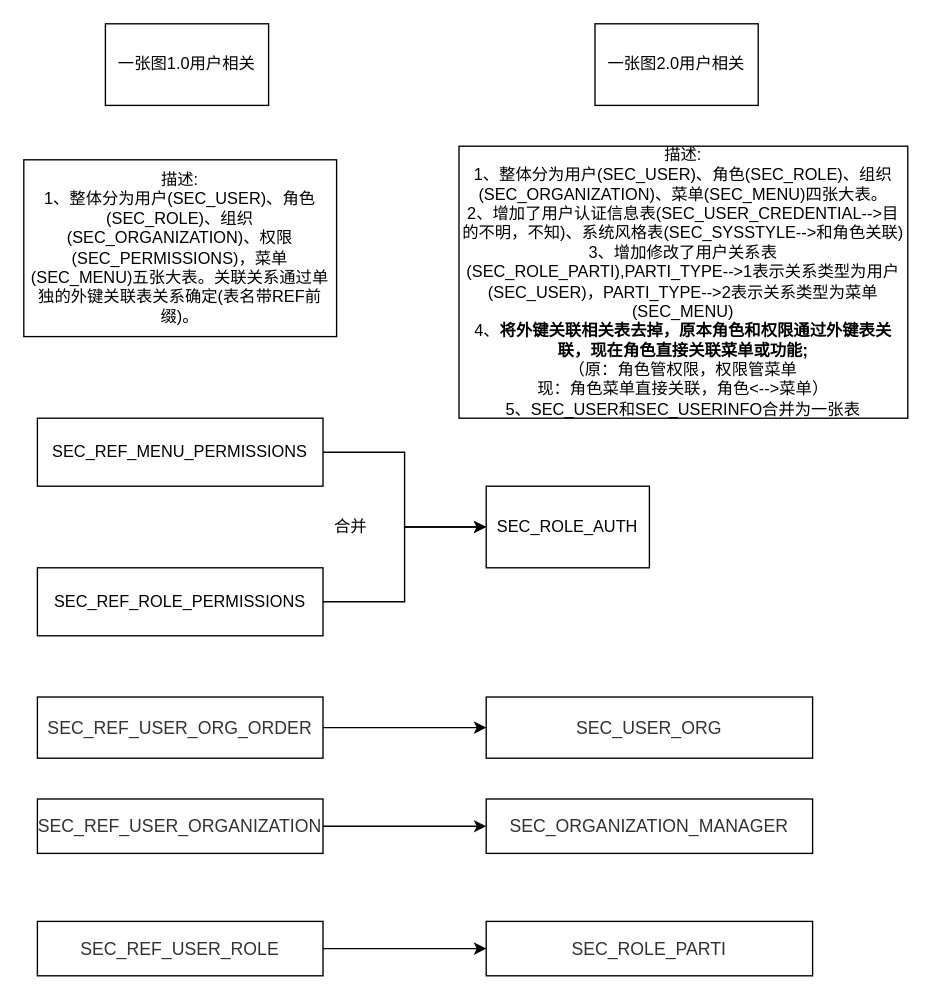
Aban4one4/news keeps this draw.io diagram as Untitled Diagram.drawio. Above is the earlier version. Source tidied: cells renumbered, new cells numbered last; positions are measured from the earlier drawing's top-left corner, leaving out a move shared by most shapes. Both pictures are drawn from the tidied source at 136%, with x=0, y=0 at pixel (23, 23).
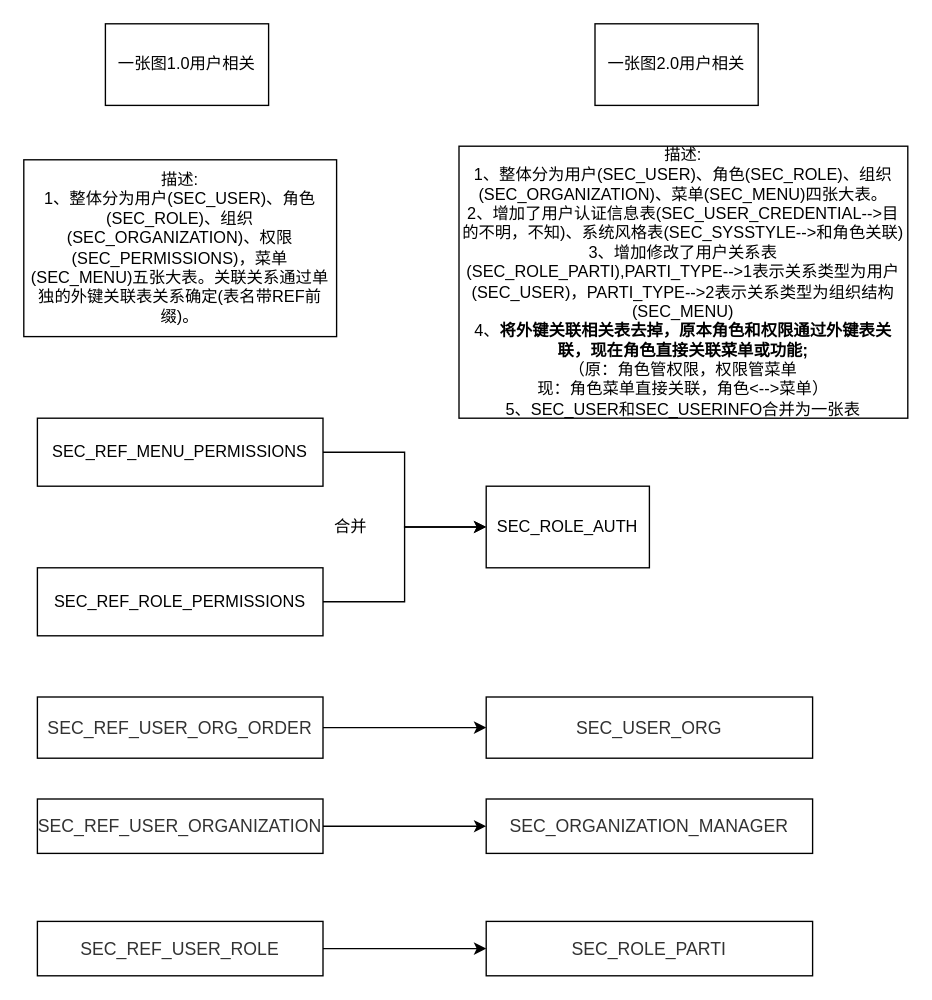
Above is the later version.

What changed in the source:
```diff
@@
-    <mxCell id="5" value="描述:&lt;br&gt;1、整体分为用户(SEC_USER)、角色(SEC_ROLE)、组织(SEC_ORGANIZATION)、菜单(SEC_MENU)四张大表。&lt;br&gt;2、增加了用户认证信息表(SEC_USER_CREDENTIAL--&amp;gt;目的不明，不知)、系统风格表(SEC_SYSSTYLE--&amp;gt;和角色关联)&lt;br&gt;3、增加修改了用户关系表(SEC_ROLE_PARTI),PARTI_TYPE--&amp;gt;1表示关系类型为用户(SEC_USER)，PARTI_TYPE--&amp;gt;2表示关系类型为菜单(SEC_MENU)&lt;br&gt;4、&lt;b&gt;将外键关联相关表去掉，原本角色和权限通过外键表关联，现在角色直接关联菜单或功能;&lt;br&gt;&lt;/b&gt;（原：角色管权限，权限管菜单&lt;br&gt;现：角色菜单直接关联，角色&amp;lt;--&amp;gt;菜单）&lt;br&gt;5、SEC_USER和SEC_USERINFO合并为一张表" style="rounded=0;whiteSpace=wrap;html=1;" parent="1" vertex="1">
+    <mxCell id="5" value="描述:&lt;br&gt;1、整体分为用户(SEC_USER)、角色(SEC_ROLE)、组织(SEC_ORGANIZATION)、菜单(SEC_MENU)四张大表。&lt;br&gt;2、增加了用户认证信息表(SEC_USER_CREDENTIAL--&amp;gt;目的不明，不知)、系统风格表(SEC_SYSSTYLE--&amp;gt;和角色关联)&lt;br&gt;3、增加修改了用户关系表(SEC_ROLE_PARTI),PARTI_TYPE--&amp;gt;1表示关系类型为用户(SEC_USER)，PARTI_TYPE--&amp;gt;2表示关系类型为组织结构(SEC_MENU)&lt;br&gt;4、&lt;b&gt;将外键关联相关表去掉，原本角色和权限通过外键表关联，现在角色直接关联菜单或功能;&lt;br&gt;&lt;/b&gt;（原：角色管权限，权限管菜单&lt;br&gt;现：角色菜单直接关联，角色&amp;lt;--&amp;gt;菜单）&lt;br&gt;5、SEC_USER和SEC_USERINFO合并为一张表" style="rounded=0;whiteSpace=wrap;html=1;" parent="1" vertex="1">
       <mxGeometry x="320" y="90" width="330" height="200" as="geometry" />
     </mxCell>
```
